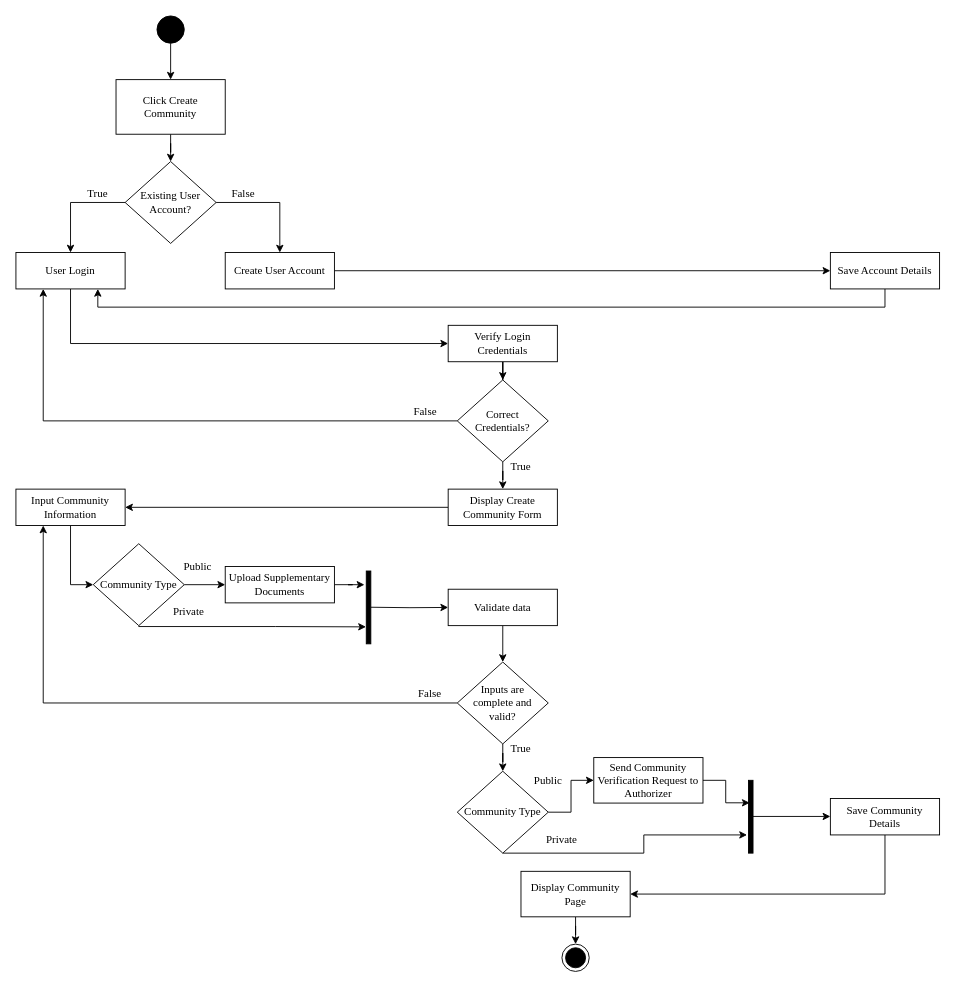
This is page "CommunityCreation" (2 of 11) of ConnexUs_Chap3.drawio from gvillanueva01/ConnexUs_diagrams, a draw.io file, before an edit. Source tidied: cells renumbered, new cells numbered last; positions are measured from the earlier drawing's top-left corner, leaving out a move shared by most shapes. Both pictures are drawn from the tidied source at 91%, with x=0, y=0 at pixel (15, 15).
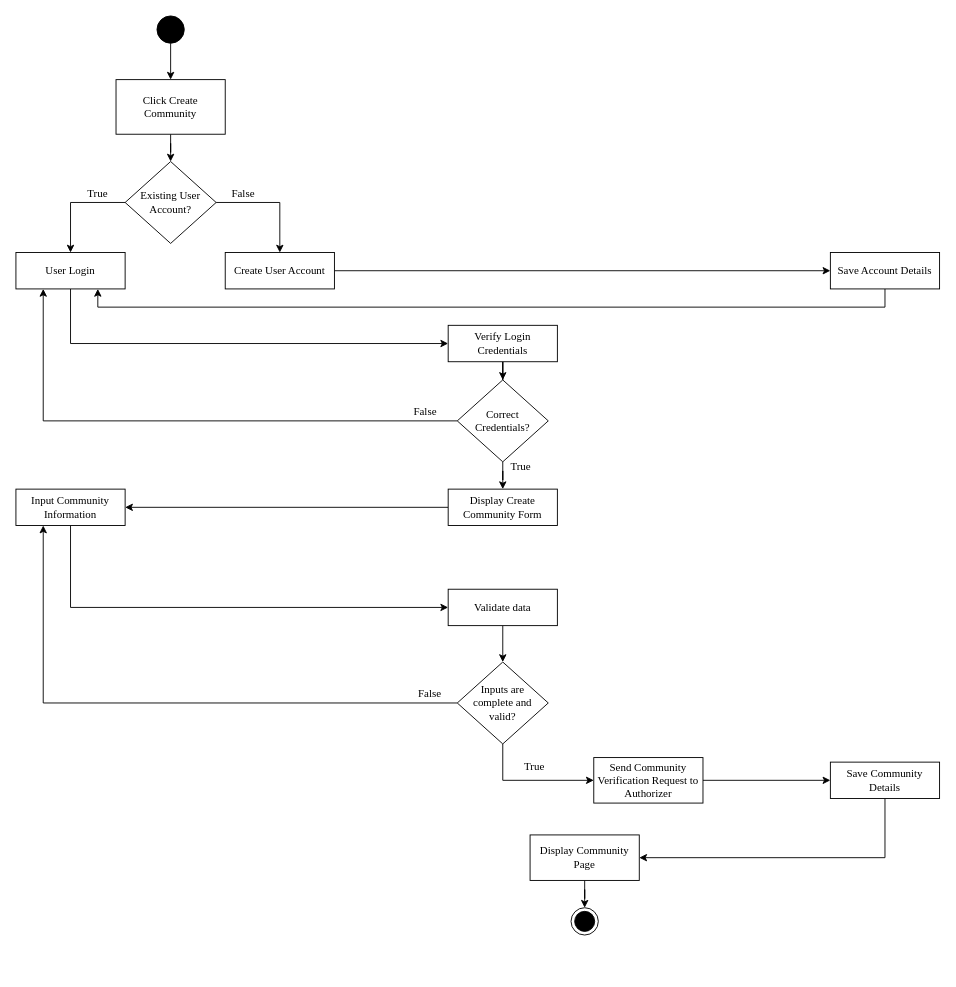
The same page after the edit.

The change refers to these unchanged cells:
```xml
<mxCell id="23" value="Input Community Information" style="rounded=0;whiteSpace=wrap;html=1;fontFamily=Times New Roman;" parent="1" vertex="1">
  <mxGeometry y="520" width="120" height="40" as="geometry" />
</mxCell>
<mxCell id="30" value="Validate data" style="rounded=0;whiteSpace=wrap;html=1;fontFamily=Times New Roman;" parent="1" vertex="1">
  <mxGeometry x="475" y="630" width="120" height="40" as="geometry" />
</mxCell>
<mxCell id="33" value="&lt;font face=&quot;Times New Roman&quot;&gt;Inputs are &lt;br&gt;complete and &lt;br&gt;valid?&lt;/font&gt;" style="shape=rhombus;html=1;dashed=0;whiteSpace=wrap;perimeter=rhombusPerimeter;" parent="1" vertex="1">
  <mxGeometry x="485" y="710" width="100" height="90" as="geometry" />
</mxCell>
<mxCell id="42" value="Send Community Verification Request to Authorizer" style="rounded=0;whiteSpace=wrap;html=1;fontFamily=Times New Roman;" parent="1" vertex="1">
  <mxGeometry x="635" y="815" width="120" height="50" as="geometry" />
</mxCell>
```

Diff of the diagram source:
```diff
@@
-    <mxCell id="22" style="edgeStyle=orthogonalEdgeStyle;rounded=0;jettySize=auto;html=1;entryX=0;entryY=0.5;entryDx=0;entryDy=0;" parent="1" edge="1" source="23" target="26">
-      <mxGeometry relative="1" as="geometry" />
+    <mxCell id="22" style="edgeStyle=orthogonalEdgeStyle;rounded=0;jettySize=auto;html=1;entryX=0;entryY=0.5;entryDx=0;entryDy=0;" parent="1" edge="1" source="23" target="30">
+      <mxGeometry relative="1" as="geometry">
+        <Array as="points">
+          <mxPoint x="60" y="650" />
+        </Array>
+      </mxGeometry>
     </mxCell>
@@
-    <mxCell id="24" style="edgeStyle=orthogonalEdgeStyle;rounded=0;jettySize=auto;html=1;entryX=0;entryY=0.5;entryDx=0;entryDy=0;" parent="1" edge="1" source="26" target="28">
-      <mxGeometry relative="1" as="geometry" />
-    </mxCell>
-    <mxCell id="25" style="edgeStyle=orthogonalEdgeStyle;rounded=0;jettySize=auto;html=1;exitX=0.5;exitY=1;exitDx=0;exitDy=0;entryX=-0.067;entryY=0.767;entryDx=0;entryDy=0;entryPerimeter=0;" parent="1" edge="1" source="26" target="34">
-      <mxGeometry relative="1" as="geometry">
-        <Array as="points">
-          <mxPoint x="135" y="671" />
-          <mxPoint x="285" y="671" />
-        </Array>
-      </mxGeometry>
-    </mxCell>
-    <mxCell id="26" value="&lt;font face=&quot;Times New Roman&quot;&gt;Community Type&lt;/font&gt;" style="shape=rhombus;html=1;dashed=0;whiteSpace=wrap;perimeter=rhombusPerimeter;" parent="1" vertex="1">
-      <mxGeometry x="85" y="580" width="100" height="90" as="geometry" />
-    </mxCell>
-    <mxCell id="27" style="edgeStyle=orthogonalEdgeStyle;rounded=0;jettySize=auto;html=1;entryX=-0.4;entryY=0.188;entryDx=0;entryDy=0;entryPerimeter=0;" parent="1" edge="1" source="28" target="34">
-      <mxGeometry relative="1" as="geometry" />
-    </mxCell>
-    <mxCell id="28" value="Upload Supplementary Documents" style="rounded=0;whiteSpace=wrap;html=1;fontFamily=Times New Roman;" parent="1" vertex="1">
-      <mxGeometry x="230" y="605" width="120" height="40" as="geometry" />
-    </mxCell>
@@
-    <mxCell id="32" style="edgeStyle=orthogonalEdgeStyle;rounded=0;jettySize=auto;html=1;entryX=0.5;entryY=0;entryDx=0;entryDy=0;" parent="1" edge="1" source="33" target="40">
-      <mxGeometry relative="1" as="geometry" />
+    <mxCell id="32" style="edgeStyle=orthogonalEdgeStyle;rounded=0;jettySize=auto;html=1;entryX=0;entryY=0.5;entryDx=0;entryDy=0;" parent="1" edge="1" source="33" target="42">
+      <mxGeometry relative="1" as="geometry">
+        <Array as="points">
+          <mxPoint x="535" y="840" />
+        </Array>
+      </mxGeometry>
     </mxCell>
@@
-    <mxCell id="34" style="html=1;points=[];perimeter=orthogonalPerimeter;fillColor=strokeColor;" parent="1" vertex="1">
-      <mxGeometry x="385" y="610" width="5" height="80" as="geometry" />
-    </mxCell>
-    <mxCell id="35" style="edgeStyle=orthogonalEdgeStyle;rounded=0;jettySize=auto;html=1;entryX=0;entryY=0.5;entryDx=0;entryDy=0;" parent="1" edge="1" target="30">
-      <mxGeometry relative="1" as="geometry">
-        <mxPoint x="390" y="649.8" as="sourcePoint" />
-      </mxGeometry>
-    </mxCell>
     <mxCell id="36" style="edgeStyle=orthogonalEdgeStyle;rounded=0;jettySize=auto;html=1;entryX=1;entryY=0.5;entryDx=0;entryDy=0;" parent="1" edge="1" source="37" target="45">
       <mxGeometry relative="1" as="geometry">
         <Array as="points">
-          <mxPoint x="955" y="965" />
+          <mxPoint x="955" y="925" />
         </Array>
       </mxGeometry>
     </mxCell>
     <mxCell id="37" value="Save Community Details" style="rounded=0;whiteSpace=wrap;html=1;fontFamily=Times New Roman;" parent="1" vertex="1">
-      <mxGeometry x="895" y="860" width="120" height="40" as="geometry" />
+      <mxGeometry x="895" y="820" width="120" height="40" as="geometry" />
     </mxCell>
-    <mxCell id="38" style="edgeStyle=orthogonalEdgeStyle;rounded=0;jettySize=auto;html=1;entryX=0;entryY=0.5;entryDx=0;entryDy=0;" parent="1" edge="1" source="40" target="42">
-      <mxGeometry relative="1" as="geometry" />
-    </mxCell>
-    <mxCell id="39" style="edgeStyle=orthogonalEdgeStyle;rounded=0;jettySize=auto;html=1;entryX=-0.318;entryY=0.75;entryDx=0;entryDy=0;entryPerimeter=0;" parent="1" edge="1" source="40" target="43">
-      <mxGeometry relative="1" as="geometry">
-        <Array as="points">
-          <mxPoint x="690" y="920" />
-          <mxPoint x="690" y="900" />
-        </Array>
-      </mxGeometry>
-    </mxCell>
-    <mxCell id="40" value="&lt;font face=&quot;Times New Roman&quot;&gt;Community Type&lt;/font&gt;" style="shape=rhombus;html=1;dashed=0;whiteSpace=wrap;perimeter=rhombusPerimeter;" parent="1" vertex="1">
-      <mxGeometry x="485" y="830" width="100" height="90" as="geometry" />
-    </mxCell>
-    <mxCell id="41" style="edgeStyle=orthogonalEdgeStyle;rounded=0;jettySize=auto;html=1;entryX=0.271;entryY=0.309;entryDx=0;entryDy=0;entryPerimeter=0;" parent="1" edge="1" source="42" target="43">
+    <mxCell id="41" style="edgeStyle=orthogonalEdgeStyle;rounded=0;jettySize=auto;html=1;entryX=0;entryY=0.5;entryDx=0;entryDy=0;" parent="1" edge="1" source="42" target="37">
       <mxGeometry relative="1" as="geometry" />
     </mxCell>
@@
-    <mxCell id="43" style="html=1;points=[];perimeter=orthogonalPerimeter;fillColor=strokeColor;" parent="1" vertex="1">
-      <mxGeometry x="805" y="840" width="5" height="80" as="geometry" />
-    </mxCell>
@@
     <mxCell id="45" value="Display Community Page" style="rounded=0;whiteSpace=wrap;html=1;fontFamily=Times New Roman;" parent="1" vertex="1">
-      <mxGeometry x="555" y="940" width="120" height="50" as="geometry" />
+      <mxGeometry x="565" y="900" width="120" height="50" as="geometry" />
     </mxCell>
     <mxCell id="46" style="ellipse;html=1;shape=endState;fillColor=strokeColor;" parent="1" vertex="1">
-      <mxGeometry x="600" y="1020" width="30" height="30" as="geometry" />
+      <mxGeometry x="610" y="980" width="30" height="30" as="geometry" />
     </mxCell>
-    <mxCell id="47" style="edgeStyle=orthogonalEdgeStyle;rounded=0;orthogonalLoop=1;jettySize=auto;html=1;entryX=0;entryY=0.5;entryDx=0;entryDy=0;" parent="1" edge="1">
-      <mxGeometry relative="1" as="geometry">
-        <mxPoint x="810" y="879.7" as="sourcePoint" />
-        <mxPoint x="895" y="879.7" as="targetPoint" />
-      </mxGeometry>
-    </mxCell>
@@
-    <mxCell id="52" value="Public" style="text;html=1;strokeColor=none;fillColor=none;align=center;verticalAlign=middle;whiteSpace=wrap;rounded=0;fontFamily=Times New Roman;" parent="1" vertex="1">
-      <mxGeometry x="170" y="590" width="60" height="30" as="geometry" />
-    </mxCell>
-    <mxCell id="53" value="Private" style="text;html=1;strokeColor=none;fillColor=none;align=center;verticalAlign=middle;whiteSpace=wrap;rounded=0;fontFamily=Times New Roman;" parent="1" vertex="1">
-      <mxGeometry x="160" y="640" width="60" height="30" as="geometry" />
-    </mxCell>
     <mxCell id="54" value="True" style="text;html=1;strokeColor=none;fillColor=none;align=center;verticalAlign=middle;whiteSpace=wrap;rounded=0;fontFamily=Times New Roman;" parent="1" vertex="1">
-      <mxGeometry x="525" y="790" width="60" height="30" as="geometry" />
+      <mxGeometry x="540" y="810" width="60" height="30" as="geometry" />
     </mxCell>
@@
-    <mxCell id="56" value="Public" style="text;html=1;strokeColor=none;fillColor=none;align=center;verticalAlign=middle;whiteSpace=wrap;rounded=0;fontFamily=Times New Roman;" parent="1" vertex="1">
-      <mxGeometry x="555" y="825" width="60" height="30" as="geometry" />
-    </mxCell>
-    <mxCell id="57" value="Private" style="text;html=1;strokeColor=none;fillColor=none;align=center;verticalAlign=middle;whiteSpace=wrap;rounded=0;fontFamily=Times New Roman;" parent="1" vertex="1">
-      <mxGeometry x="570" y="890" width="60" height="30" as="geometry" />
-    </mxCell>
```
